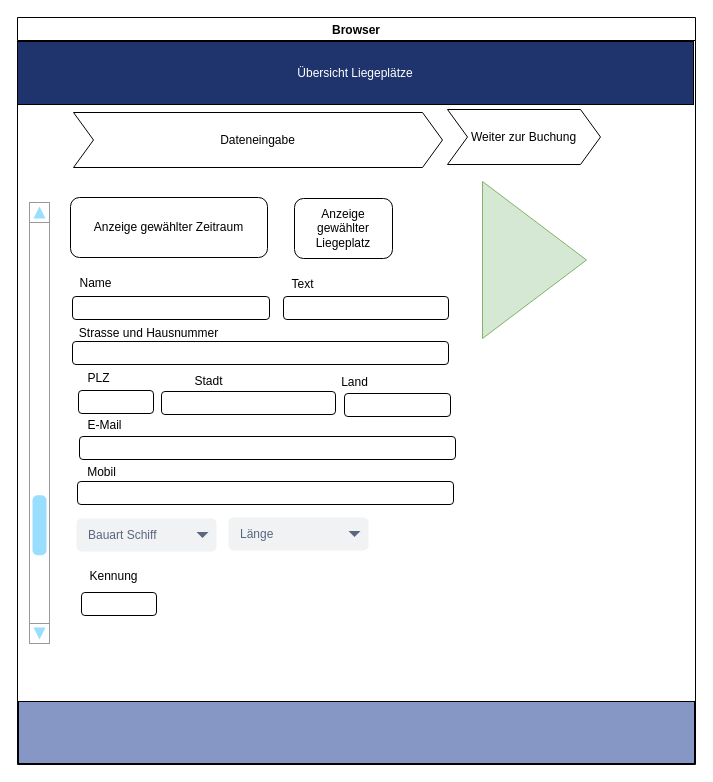
Earlier version of the draw.io diagram page "Page 2" (2 of 3) of page_concept.drawio (grossfab/WebA2_Graph_Proto). Source tidied: cells renumbered, new cells numbered last; positions are measured from the earlier drawing's top-left corner, leaving out a move shared by most shapes. Both pictures are drawn from the tidied source at 100%, with x=0, y=0 at pixel (17, 17).
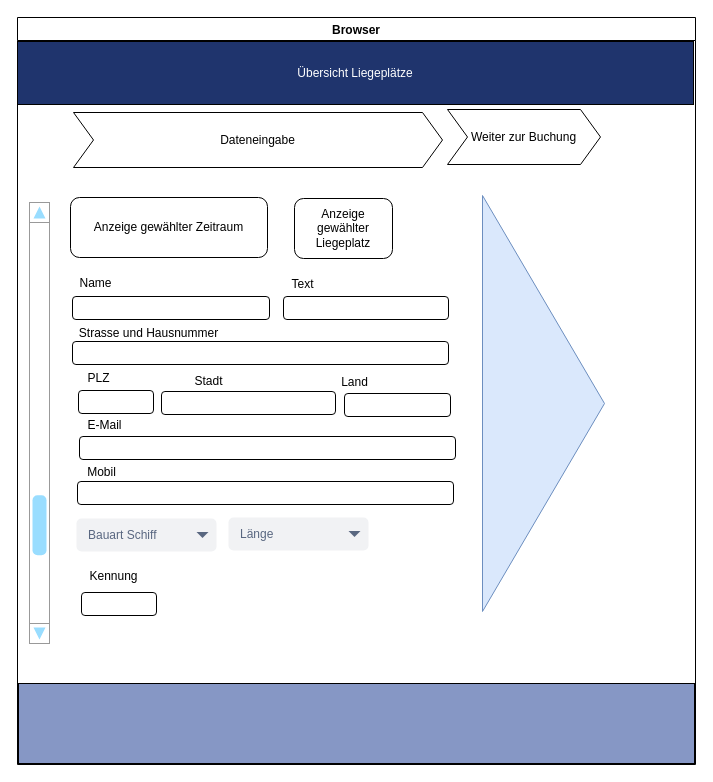
The same page after the edit.

The change refers to these unchanged cells:
```xml
<mxCell id="2" value="Browser" style="swimlane;" parent="1" vertex="1">
  <mxGeometry width="678" height="747" as="geometry" />
</mxCell>
```

Diff of the diagram source:
```diff
@@
     <mxCell id="4" style="rounded=0;whiteSpace=wrap;html=1;fillColor=#8697C5;" parent="2" vertex="1">
-      <mxGeometry x="1" y="684" width="676" height="62" as="geometry" />
+      <mxGeometry x="1" y="666" width="676" height="80" as="geometry" />
     </mxCell>
-    <mxCell id="5" style="triangle;whiteSpace=wrap;html=1;fillColor=#d5e8d4;strokeColor=#82b366;" parent="2" vertex="1">
-      <mxGeometry x="465" y="164" width="104" height="157" as="geometry" />
+    <mxCell id="5" style="triangle;whiteSpace=wrap;html=1;fillColor=#dae8fc;strokeColor=#6c8ebf;" parent="2" vertex="1">
+      <mxGeometry x="465" y="178" width="122" height="416" as="geometry" />
     </mxCell>
```
